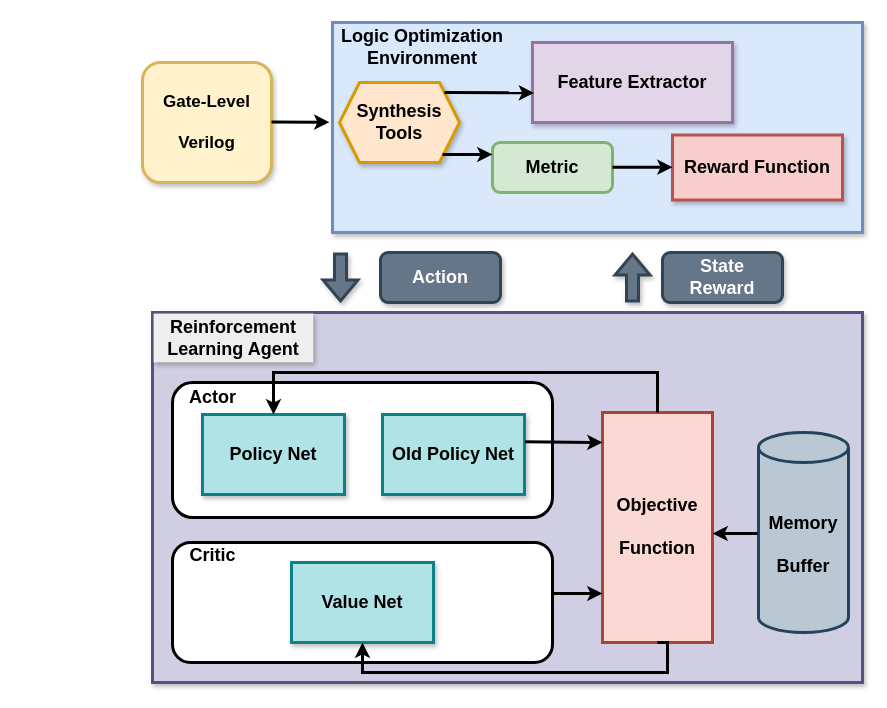
The draw.io diagram learningframework.drawio in kxzhu0505/LogicSynOpt, before the edit. Source tidied: cells renumbered, new cells numbered last; positions are measured from the earlier drawing's top-left corner, leaving out a move shared by most shapes. Both pictures are drawn from the tidied source at 100%, with x=0, y=0 at pixel (142, 22).
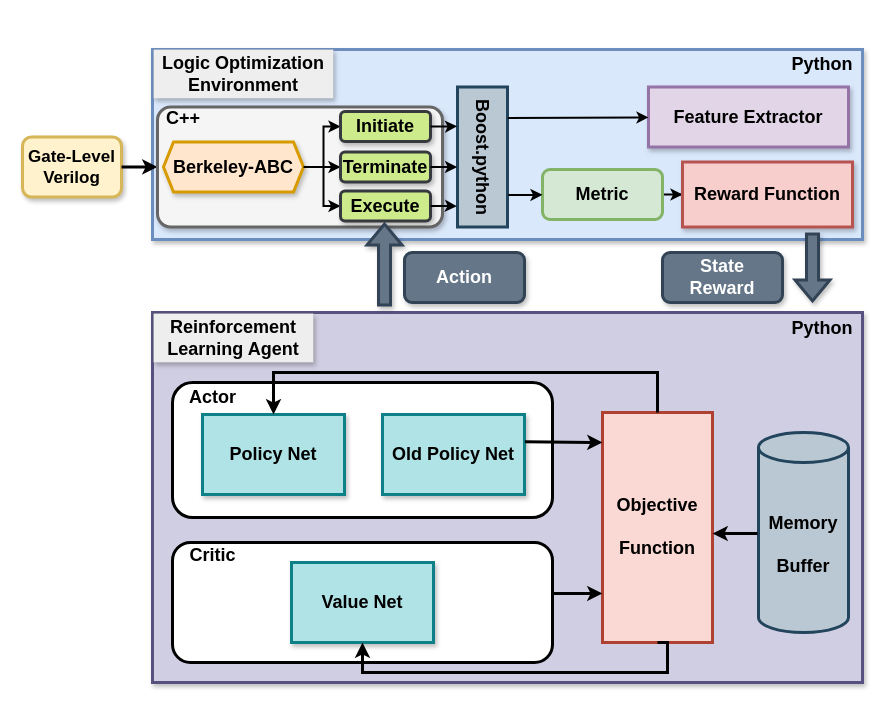
The same page after the edit.

Diff of the diagram source:
```diff
@@
-    <mxCell id="2" value="&lt;b style=&quot;font-size: 17px;&quot;&gt;&lt;font style=&quot;font-size: 17px;&quot;&gt;Gate-&lt;/font&gt;&lt;/b&gt;&lt;b style=&quot;font-size: 17px; background-color: initial;&quot;&gt;Level&lt;/b&gt;&lt;div style=&quot;font-size: 17px;&quot;&gt;&lt;div&gt;&lt;b&gt;&lt;font style=&quot;font-size: 17px;&quot;&gt;&lt;br&gt;&lt;/font&gt;&lt;/b&gt;&lt;/div&gt;&lt;div&gt;&lt;b&gt;&lt;font style=&quot;font-size: 17px;&quot;&gt;Verilog&lt;/font&gt;&lt;/b&gt;&lt;/div&gt;&lt;/div&gt;" style="rounded=1;whiteSpace=wrap;html=1;fillColor=#fff2cc;strokeColor=#d6b656;strokeWidth=3;shadow=1;" parent="1" vertex="1">
-      <mxGeometry y="40" width="129" height="120" as="geometry" />
+    <mxCell id="2" value="&lt;b style=&quot;font-size: 17px;&quot;&gt;&lt;font style=&quot;font-size: 17px;&quot;&gt;Gate-&lt;/font&gt;&lt;/b&gt;&lt;b style=&quot;font-size: 17px; background-color: initial;&quot;&gt;Level&lt;/b&gt;&lt;div style=&quot;font-size: 17px;&quot;&gt;&lt;div&gt;&lt;b&gt;&lt;font style=&quot;font-size: 17px;&quot;&gt;Verilog&lt;/font&gt;&lt;/b&gt;&lt;/div&gt;&lt;/div&gt;" style="rounded=1;whiteSpace=wrap;html=1;fillColor=#fff2cc;strokeColor=#d6b656;strokeWidth=3;shadow=1;" parent="1" vertex="1">
+      <mxGeometry x="-120" y="114.5" width="99" height="60" as="geometry" />
     </mxCell>
     <mxCell id="3" style="rounded=0;whiteSpace=wrap;html=1;fillColor=#dae8fc;strokeColor=#6c8ebf;strokeWidth=3;shadow=1;" parent="1" vertex="1">
-      <mxGeometry x="190" width="530" height="210" as="geometry" />
+      <mxGeometry x="10" y="27" width="710" height="190" as="geometry" />
     </mxCell>
     <mxCell id="4" value="&lt;b style=&quot;&quot;&gt;&lt;font style=&quot;font-size: 18px;&quot;&gt;Feature Extractor&lt;/font&gt;&lt;/b&gt;" style="rounded=0;whiteSpace=wrap;html=1;fillColor=#e1d5e7;strokeColor=#9673a6;strokeWidth=3;shadow=1;" parent="1" vertex="1">
-      <mxGeometry x="390" y="20" width="200" height="80" as="geometry" />
+      <mxGeometry x="506" y="64.5" width="200" height="60" as="geometry" />
     </mxCell>
-    <mxCell id="5" value="&lt;font style=&quot;font-size: 18px;&quot;&gt;&lt;b style=&quot;&quot;&gt;Synthesis&lt;/b&gt;&lt;/font&gt;&lt;div style=&quot;font-size: 18px;&quot;&gt;&lt;b style=&quot;&quot;&gt;&lt;font style=&quot;font-size: 18px;&quot;&gt;Tools&lt;/font&gt;&lt;/b&gt;&lt;/div&gt;" style="shape=hexagon;perimeter=hexagonPerimeter2;whiteSpace=wrap;html=1;fixedSize=1;fillColor=#ffe6cc;strokeColor=#d79b00;strokeWidth=3;shadow=1;rounded=0;" parent="1" vertex="1">
-      <mxGeometry x="197" y="60" width="120" height="80" as="geometry" />
-    </mxCell>
+    <mxCell id="33" style="edgeStyle=orthogonalEdgeStyle;rounded=0;jettySize=auto;html=1;entryX=0;entryY=0.5;entryDx=0;entryDy=0;strokeWidth=2;" parent="1" edge="1" source="6" target="7">
+      <mxGeometry relative="1" as="geometry" />
+    </mxCell>
     <mxCell id="6" value="&lt;font size=&quot;1&quot; style=&quot;&quot;&gt;&lt;b style=&quot;font-size: 18px;&quot;&gt;Metric&lt;/b&gt;&lt;/font&gt;" style="rounded=1;whiteSpace=wrap;html=1;fillColor=#d5e8d4;strokeColor=#82b366;strokeWidth=3;" parent="1" vertex="1">
-      <mxGeometry x="350" y="120" width="120" height="50" as="geometry" />
+      <mxGeometry x="400" y="147" width="120" height="50" as="geometry" />
     </mxCell>
     <mxCell id="7" value="&lt;b style=&quot;&quot;&gt;&lt;font style=&quot;font-size: 18px;&quot;&gt;Reward Function&lt;/font&gt;&lt;/b&gt;" style="rounded=0;whiteSpace=wrap;html=1;fillColor=#f8cecc;strokeColor=#b85450;strokeWidth=3;shadow=1;" parent="1" vertex="1">
-      <mxGeometry x="530" y="112.5" width="170" height="65" as="geometry" />
+      <mxGeometry x="540" y="139.5" width="170" height="65" as="geometry" />
     </mxCell>
-    <mxCell id="8" style="endArrow=classic;html=1;rounded=0;strokeWidth=3;entryX=-0.004;entryY=0.225;entryDx=0;entryDy=0;entryPerimeter=0;" parent="1" edge="1">
+    <mxCell id="8" style="endArrow=classic;html=1;rounded=0;strokeWidth=3;entryX=-0.004;entryY=0.225;entryDx=0;entryDy=0;entryPerimeter=0;exitX=1;exitY=0.5;exitDx=0;exitDy=0;" parent="1" edge="1" source="2">
       <mxGeometry relative="1" as="geometry">
-        <mxPoint x="129" y="99.5" as="sourcePoint" />
-        <mxPoint x="186.9" y="99.8" as="targetPoint" />
+        <mxPoint x="15" y="144.4" as="targetPoint" />
       </mxGeometry>
     </mxCell>
-    <mxCell id="9" value="&lt;font size=&quot;1&quot; style=&quot;&quot;&gt;&lt;b style=&quot;font-size: 18px;&quot;&gt;Logic Optimization&lt;/b&gt;&lt;/font&gt;&lt;div&gt;&lt;font size=&quot;1&quot; style=&quot;&quot;&gt;&lt;b style=&quot;font-size: 18px;&quot;&gt;Environment&lt;/b&gt;&lt;/font&gt;&lt;/div&gt;" style="text;html=1;align=center;verticalAlign=middle;whiteSpace=wrap;rounded=0;" parent="1" vertex="1">
-      <mxGeometry x="170" y="10" width="220" height="30" as="geometry" />
-    </mxCell>
-    <mxCell id="10" style="endArrow=classic;html=1;rounded=0;strokeWidth=3;entryX=0.008;entryY=0.63;entryDx=0;entryDy=0;entryPerimeter=0;" parent="1" edge="1" target="4">
-      <mxGeometry relative="1" as="geometry">
-        <mxPoint x="302" y="70" as="sourcePoint" />
-      </mxGeometry>
-    </mxCell>
-    <mxCell id="11" style="endArrow=classic;html=1;rounded=0;strokeWidth=3;" parent="1" edge="1">
-      <mxGeometry relative="1" as="geometry">
-        <mxPoint x="300" y="132" as="sourcePoint" />
-        <mxPoint x="350" y="132" as="targetPoint" />
-      </mxGeometry>
-    </mxCell>
-    <mxCell id="12" style="endArrow=classic;html=1;rounded=0;strokeWidth=3;" parent="1" edge="1">
-      <mxGeometry relative="1" as="geometry">
-        <mxPoint x="470" y="144.7" as="sourcePoint" />
-        <mxPoint x="530" y="144.7" as="targetPoint" />
-      </mxGeometry>
-    </mxCell>
     <mxCell id="13" value="&lt;font size=&quot;1&quot; style=&quot;&quot;&gt;&lt;b style=&quot;font-size: 18px;&quot;&gt;Action&lt;/b&gt;&lt;/font&gt;" style="rounded=1;whiteSpace=wrap;html=1;fillColor=#647687;strokeColor=#314354;strokeWidth=3;fontColor=#ffffff;shadow=1;" parent="1" vertex="1">
-      <mxGeometry x="238" y="230" width="120" height="50" as="geometry" />
+      <mxGeometry x="262" y="230" width="120" height="50" as="geometry" />
     </mxCell>
@@
     <mxCell id="15" style="shape=flexArrow;endArrow=classic;html=1;rounded=0;strokeWidth=3;fillColor=#647687;strokeColor=#314354;shadow=1;" parent="1" edge="1">
       <mxGeometry relative="1" as="geometry">
-        <mxPoint x="198" y="230" as="sourcePoint" />
-        <mxPoint x="198" y="280" as="targetPoint" />
+        <mxPoint x="670" y="210" as="sourcePoint" />
+        <mxPoint x="670" y="280" as="targetPoint" />
       </mxGeometry>
     </mxCell>
-    <mxCell id="16" style="shape=flexArrow;endArrow=classic;html=1;rounded=0;strokeWidth=3;fillColor=#647687;strokeColor=#314354;shadow=1;" parent="1" edge="1">
-      <mxGeometry relative="1" as="geometry">
-        <mxPoint x="490" y="280" as="sourcePoint" />
-        <mxPoint x="490" y="230" as="targetPoint" />
-      </mxGeometry>
-    </mxCell>
@@
+    <mxCell id="34" style="rounded=1;whiteSpace=wrap;html=1;fillColor=#f5f5f5;fontColor=#333333;strokeColor=#666666;strokeWidth=3;shadow=1;arcSize=11;" parent="1" vertex="1">
+      <mxGeometry x="15" y="84.5" width="285" height="120" as="geometry" />
+    </mxCell>
+    <mxCell id="9" value="&lt;b style=&quot;font-size: 18px;&quot;&gt;Logic Optimization&lt;/b&gt;&lt;div&gt;&lt;font size=&quot;1&quot;&gt;&lt;b style=&quot;font-size: 18px;&quot;&gt;Environment&lt;/b&gt;&lt;/font&gt;&lt;/div&gt;" style="text;html=1;align=center;verticalAlign=middle;whiteSpace=wrap;rounded=0;fillColor=#eeeeee;strokeColor=#36393d;strokeWidth=0;shadow=1;" parent="1" vertex="1">
+      <mxGeometry x="11" y="27" width="180" height="49" as="geometry" />
+    </mxCell>
+    <mxCell id="35" style="edgeStyle=orthogonalEdgeStyle;rounded=0;jettySize=auto;html=1;entryX=0;entryY=0.5;entryDx=0;entryDy=0;strokeWidth=2;" parent="1" edge="1" source="5" target="44">
+      <mxGeometry relative="1" as="geometry" />
+    </mxCell>
+    <mxCell id="36" style="edgeStyle=orthogonalEdgeStyle;rounded=0;jettySize=auto;html=1;entryX=0;entryY=0.5;entryDx=0;entryDy=0;strokeWidth=2;" parent="1" edge="1" source="5" target="45">
+      <mxGeometry relative="1" as="geometry" />
+    </mxCell>
+    <mxCell id="5" value="&lt;span style=&quot;font-size: 18px;&quot;&gt;&lt;b&gt;Berkeley-ABC&lt;/b&gt;&lt;/span&gt;" style="shape=hexagon;perimeter=hexagonPerimeter2;whiteSpace=wrap;html=1;fixedSize=1;fillColor=#ffe6cc;strokeColor=#d79b00;strokeWidth=3;shadow=1;rounded=0;size=10;" parent="1" vertex="1">
+      <mxGeometry x="21" y="119.5" width="140" height="50" as="geometry" />
+    </mxCell>
+    <mxCell id="37" value="&lt;font style=&quot;font-size: 18px;&quot;&gt;&lt;b&gt;C++&lt;/b&gt;&lt;/font&gt;" style="text;html=1;align=center;verticalAlign=middle;whiteSpace=wrap;rounded=0;" parent="1" vertex="1">
+      <mxGeometry x="11" y="81" width="60" height="30" as="geometry" />
+    </mxCell>
+    <mxCell id="38" value="&lt;font style=&quot;font-size: 18px;&quot;&gt;&lt;b&gt;Python&lt;/b&gt;&lt;/font&gt;" style="text;html=1;align=center;verticalAlign=middle;whiteSpace=wrap;rounded=0;" parent="1" vertex="1">
+      <mxGeometry x="650" y="27" width="60" height="30" as="geometry" />
+    </mxCell>
+    <mxCell id="39" style="group;" parent="1" vertex="1">
+      <mxGeometry x="315" y="64.5" width="50" height="140" as="geometry" />
+    </mxCell>
+    <mxCell id="40" value="&lt;div style=&quot;&quot;&gt;&lt;br&gt;&lt;/div&gt;" style="rounded=0;whiteSpace=wrap;html=1;fillColor=#bac8d3;strokeColor=#23445d;strokeWidth=3;align=center;" parent="39" vertex="1">
+      <mxGeometry width="50" height="140" as="geometry" />
+    </mxCell>
+    <mxCell id="41" value="&lt;b style=&quot;font-size: 18px;&quot;&gt;Boost.python&lt;/b&gt;" style="text;html=1;align=center;verticalAlign=middle;whiteSpace=wrap;rounded=0;direction=south;rotation=90;" parent="39" vertex="1">
+      <mxGeometry x="-32.5" y="57.5" width="115" height="25" as="geometry" />
+    </mxCell>
+    <mxCell id="42" style="edgeStyle=orthogonalEdgeStyle;rounded=0;jettySize=auto;html=1;entryX=1;entryY=0.5;entryDx=0;entryDy=0;startArrow=classic;startFill=1;endArrow=none;endFill=0;strokeWidth=2;" parent="1" edge="1" source="43" target="5">
+      <mxGeometry relative="1" as="geometry">
+        <Array as="points">
+          <mxPoint x="181" y="104" />
+          <mxPoint x="181" y="145" />
+        </Array>
+      </mxGeometry>
+    </mxCell>
+    <mxCell id="43" value="&lt;b style=&quot;font-size: 18px;&quot;&gt;Initiate&lt;/b&gt;" style="rounded=1;whiteSpace=wrap;html=1;fillColor=#cdeb8b;strokeColor=#36393d;strokeWidth=3;shadow=1;" parent="1" vertex="1">
+      <mxGeometry x="198" y="89" width="90" height="30" as="geometry" />
+    </mxCell>
+    <mxCell id="44" value="&lt;b style=&quot;font-size: 18px;&quot;&gt;Terminate&lt;/b&gt;" style="rounded=1;whiteSpace=wrap;html=1;fillColor=#cdeb8b;strokeColor=#36393d;strokeWidth=3;shadow=1;" parent="1" vertex="1">
+      <mxGeometry x="198" y="129.5" width="90" height="30" as="geometry" />
+    </mxCell>
+    <mxCell id="45" value="&lt;b style=&quot;font-size: 18px;&quot;&gt;Execute&lt;/b&gt;" style="rounded=1;whiteSpace=wrap;html=1;fillColor=#cdeb8b;strokeColor=#36393d;strokeWidth=3;shadow=1;" parent="1" vertex="1">
+      <mxGeometry x="198" y="168.5" width="90" height="30" as="geometry" />
+    </mxCell>
+    <mxCell id="46" style="rounded=0;jettySize=auto;html=1;entryX=1.017;entryY=0.772;entryDx=0;entryDy=0;entryPerimeter=0;endArrow=none;endFill=0;startArrow=classic;startFill=1;strokeWidth=2;" parent="1" edge="1" source="6" target="40">
+      <mxGeometry relative="1" as="geometry" />
+    </mxCell>
+    <mxCell id="47" style="rounded=0;jettySize=auto;html=1;entryX=1.007;entryY=0.221;entryDx=0;entryDy=0;entryPerimeter=0;strokeWidth=2;startArrow=classic;startFill=1;endArrow=none;endFill=0;" parent="1" edge="1" source="4" target="40">
+      <mxGeometry relative="1" as="geometry" />
+    </mxCell>
+    <mxCell id="48" style="edgeStyle=orthogonalEdgeStyle;rounded=0;jettySize=auto;html=1;entryX=-0.008;entryY=0.281;entryDx=0;entryDy=0;entryPerimeter=0;strokeWidth=2;" parent="1" edge="1" source="43" target="40">
+      <mxGeometry relative="1" as="geometry" />
+    </mxCell>
+    <mxCell id="49" style="edgeStyle=orthogonalEdgeStyle;rounded=0;jettySize=auto;html=1;entryX=-0.008;entryY=0.572;entryDx=0;entryDy=0;entryPerimeter=0;strokeWidth=2;" parent="1" edge="1" source="44" target="40">
+      <mxGeometry relative="1" as="geometry" />
+    </mxCell>
+    <mxCell id="50" style="edgeStyle=orthogonalEdgeStyle;rounded=0;jettySize=auto;html=1;entryX=-0.011;entryY=0.852;entryDx=0;entryDy=0;entryPerimeter=0;strokeWidth=2;" parent="1" edge="1" source="45" target="40">
+      <mxGeometry relative="1" as="geometry" />
+    </mxCell>
+    <mxCell id="51" value="&lt;font style=&quot;font-size: 18px;&quot;&gt;&lt;b&gt;Python&lt;/b&gt;&lt;/font&gt;" style="text;html=1;align=center;verticalAlign=middle;whiteSpace=wrap;rounded=0;" parent="1" vertex="1">
+      <mxGeometry x="650" y="291" width="60" height="30" as="geometry" />
+    </mxCell>
+    <mxCell id="16" style="shape=flexArrow;endArrow=classic;html=1;rounded=0;strokeWidth=3;fillColor=#647687;strokeColor=#314354;shadow=1;" parent="1" edge="1">
+      <mxGeometry relative="1" as="geometry">
+        <mxPoint x="242" y="284" as="sourcePoint" />
+        <mxPoint x="242" y="200" as="targetPoint" />
+      </mxGeometry>
+    </mxCell>
```
